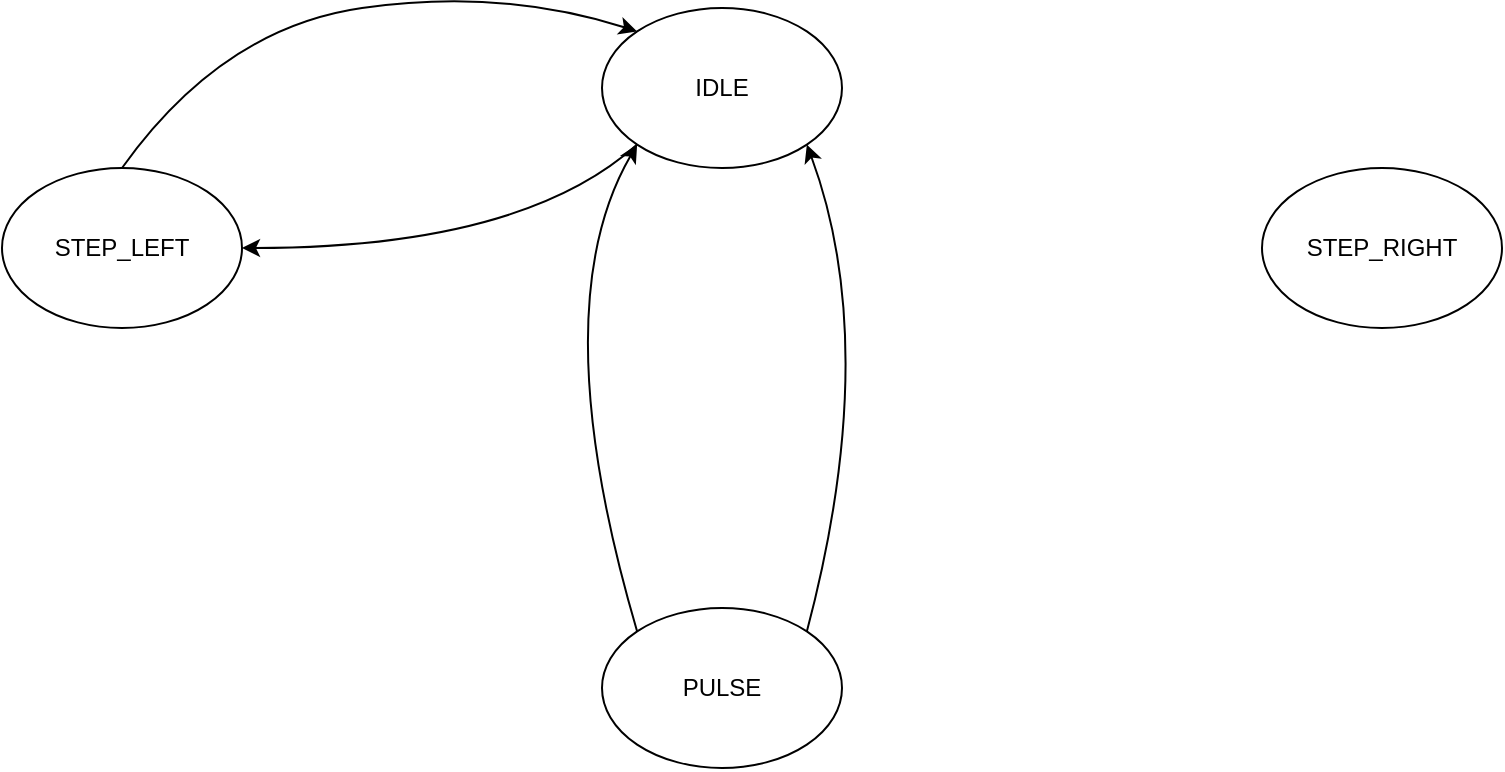
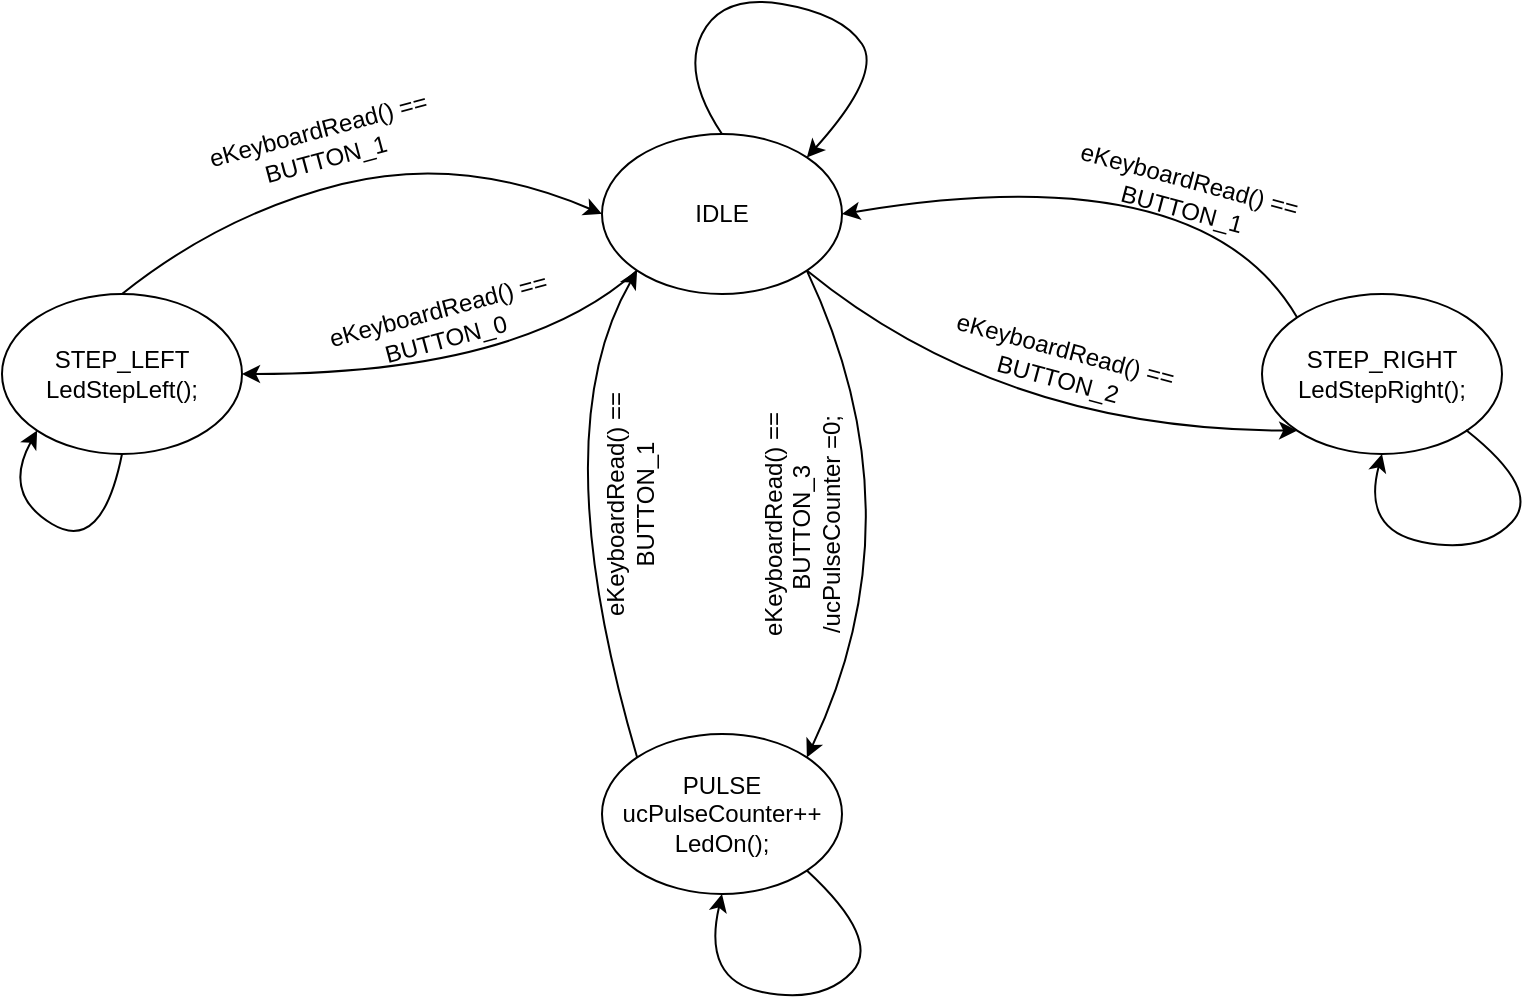
<mxfile host="app.diagrams.net">
  <diagram name="Strona-1" id="gQnS6Wnbhp8ZsANkbYYt">
    <mxGraphModel dx="1414" dy="863" grid="1" gridSize="10" guides="1" tooltips="1" connect="1" arrows="1" fold="1" page="1" pageScale="1" pageWidth="827" pageHeight="1169" math="0" shadow="0">
      <root>
        <mxCell id="0" />
        <mxCell id="1" parent="0" />
        <mxCell id="fCLeFJqD7BvbfE4kivMW-2" parent="1" style="ellipse;whiteSpace=wrap;html=1;" value="IDLE" vertex="1">
          <mxGeometry height="80" width="120" x="340" y="150" as="geometry" />
        </mxCell>
-         <mxCell id="fCLeFJqD7BvbfE4kivMW-3" parent="1" style="ellipse;whiteSpace=wrap;html=1;" value="STEP_LEFT" vertex="1">
+         <mxCell id="fCLeFJqD7BvbfE4kivMW-3" parent="1" style="ellipse;whiteSpace=wrap;html=1;" value="STEP_LEFT&lt;div&gt;LedStepLeft();&lt;/div&gt;" vertex="1">
          <mxGeometry height="80" width="120" x="40" y="230" as="geometry" />
        </mxCell>
-         <mxCell id="fCLeFJqD7BvbfE4kivMW-4" parent="1" style="ellipse;whiteSpace=wrap;html=1;" value="STEP_RIGHT" vertex="1">
+         <mxCell id="fCLeFJqD7BvbfE4kivMW-4" parent="1" style="ellipse;whiteSpace=wrap;html=1;" value="STEP_RIGHT&lt;div&gt;LedStepRight();&lt;/div&gt;" vertex="1">
          <mxGeometry height="80" width="120" x="670" y="230" as="geometry" />
        </mxCell>
-         <mxCell id="fCLeFJqD7BvbfE4kivMW-5" parent="1" style="ellipse;whiteSpace=wrap;html=1;" value="PULSE" vertex="1">
+         <mxCell id="fCLeFJqD7BvbfE4kivMW-5" parent="1" style="ellipse;whiteSpace=wrap;html=1;" value="PULSE&lt;div&gt;ucPulseCounter++&lt;/div&gt;&lt;div&gt;LedOn();&lt;/div&gt;" vertex="1">
          <mxGeometry height="80" width="120" x="340" y="450" as="geometry" />
        </mxCell>
-         <mxCell id="fCLeFJqD7BvbfE4kivMW-7" edge="1" parent="1" source="fCLeFJqD7BvbfE4kivMW-3" style="curved=1;endArrow=classic;html=1;rounded=0;exitX=0.5;exitY=0;exitDx=0;exitDy=0;entryX=0;entryY=0;entryDx=0;entryDy=0;" target="fCLeFJqD7BvbfE4kivMW-2" value="">
+         <mxCell id="fCLeFJqD7BvbfE4kivMW-7" edge="1" parent="1" source="fCLeFJqD7BvbfE4kivMW-3" style="curved=1;endArrow=classic;html=1;rounded=0;exitX=0.5;exitY=0;exitDx=0;exitDy=0;entryX=0;entryY=0.5;entryDx=0;entryDy=0;" target="fCLeFJqD7BvbfE4kivMW-2" value="">
          <mxGeometry height="50" relative="1" width="50" as="geometry">
            <Array as="points">
-               <mxPoint x="150" y="160" />
-               <mxPoint x="290" y="140" />
+               <mxPoint x="150" y="190" />
+               <mxPoint x="270" y="160" />
            </Array>
            <mxPoint x="390" y="270" as="sourcePoint" />
            <mxPoint x="440" y="220" as="targetPoint" />
          </mxGeometry>
        </mxCell>
        <mxCell id="fCLeFJqD7BvbfE4kivMW-8" edge="1" parent="1" source="fCLeFJqD7BvbfE4kivMW-2" style="curved=1;endArrow=classic;html=1;rounded=0;exitX=0;exitY=1;exitDx=0;exitDy=0;entryX=1;entryY=0.5;entryDx=0;entryDy=0;" target="fCLeFJqD7BvbfE4kivMW-3" value="">
          <mxGeometry height="50" relative="1" width="50" as="geometry">
            <Array as="points">
              <mxPoint x="300" y="270" />
            </Array>
            <mxPoint x="270" y="410" as="sourcePoint" />
            <mxPoint x="528" y="342" as="targetPoint" />
          </mxGeometry>
        </mxCell>
        <mxCell id="fCLeFJqD7BvbfE4kivMW-9" edge="1" parent="1" source="fCLeFJqD7BvbfE4kivMW-5" style="curved=1;endArrow=classic;html=1;rounded=0;exitX=0;exitY=0;exitDx=0;exitDy=0;entryX=0;entryY=1;entryDx=0;entryDy=0;" target="fCLeFJqD7BvbfE4kivMW-2" value="">
          <mxGeometry height="50" relative="1" width="50" as="geometry">
            <Array as="points">
              <mxPoint x="310" y="300" />
            </Array>
            <mxPoint x="390" y="270" as="sourcePoint" />
            <mxPoint x="440" y="220" as="targetPoint" />
          </mxGeometry>
        </mxCell>
-         <mxCell id="fCLeFJqD7BvbfE4kivMW-10" edge="1" parent="1" source="fCLeFJqD7BvbfE4kivMW-5" style="curved=1;endArrow=classic;html=1;rounded=0;exitX=1;exitY=0;exitDx=0;exitDy=0;entryX=1;entryY=1;entryDx=0;entryDy=0;" target="fCLeFJqD7BvbfE4kivMW-2" value="">
+         <mxCell id="2fLvUkV-J2T4FxucUMmx-1" edge="1" parent="1" source="fCLeFJqD7BvbfE4kivMW-2" style="curved=1;endArrow=classic;html=1;rounded=0;exitX=1;exitY=1;exitDx=0;exitDy=0;entryX=1;entryY=0;entryDx=0;entryDy=0;" target="fCLeFJqD7BvbfE4kivMW-5" value="">
          <mxGeometry height="50" relative="1" width="50" as="geometry">
            <Array as="points">
-               <mxPoint x="480" y="320" />
+               <mxPoint x="500" y="340" />
            </Array>
-             <mxPoint x="478" y="464" as="sourcePoint" />
-             <mxPoint x="478" y="220" as="targetPoint" />
+             <mxPoint x="508" y="614" as="sourcePoint" />
+             <mxPoint x="508" y="370" as="targetPoint" />
+           </mxGeometry>
+         </mxCell>
+         <mxCell id="2fLvUkV-J2T4FxucUMmx-2" edge="1" parent="1" source="fCLeFJqD7BvbfE4kivMW-2" style="curved=1;endArrow=classic;html=1;rounded=0;entryX=0;entryY=1;entryDx=0;entryDy=0;exitX=1;exitY=1;exitDx=0;exitDy=0;" target="fCLeFJqD7BvbfE4kivMW-4" value="">
+           <mxGeometry height="50" relative="1" width="50" as="geometry">
+             <Array as="points">
+               <mxPoint x="540" y="298" />
+             </Array>
+             <mxPoint x="390" y="350" as="sourcePoint" />
+             <mxPoint x="440" y="300" as="targetPoint" />
+           </mxGeometry>
+         </mxCell>
+         <mxCell id="2fLvUkV-J2T4FxucUMmx-3" edge="1" parent="1" source="fCLeFJqD7BvbfE4kivMW-4" style="curved=1;endArrow=classic;html=1;rounded=0;entryX=1;entryY=0.5;entryDx=0;entryDy=0;exitX=0;exitY=0;exitDx=0;exitDy=0;" target="fCLeFJqD7BvbfE4kivMW-2" value="">
+           <mxGeometry height="50" relative="1" width="50" as="geometry">
+             <Array as="points">
+               <mxPoint x="640" y="160" />
+             </Array>
+             <mxPoint x="570" y="410" as="sourcePoint" />
+             <mxPoint x="816" y="490" as="targetPoint" />
+           </mxGeometry>
+         </mxCell>
+         <mxCell id="2fLvUkV-J2T4FxucUMmx-4" parent="1" style="text;html=1;whiteSpace=wrap;strokeColor=none;fillColor=none;align=center;verticalAlign=middle;rounded=0;rotation=-15;" value="eKeyboardRead() == BUTTON_0" vertex="1">
+           <mxGeometry height="30" width="120" x="200" y="230" as="geometry" />
+         </mxCell>
+         <mxCell id="2fLvUkV-J2T4FxucUMmx-5" parent="1" style="text;html=1;whiteSpace=wrap;strokeColor=none;fillColor=none;align=center;verticalAlign=middle;rounded=0;rotation=15;" value="eKeyboardRead() == BUTTON_2" vertex="1">
+           <mxGeometry height="30" width="120" x="509.99783525388193" y="249.99803010048728" as="geometry" />
+         </mxCell>
+         <mxCell id="2fLvUkV-J2T4FxucUMmx-6" parent="1" style="text;html=1;whiteSpace=wrap;strokeColor=none;fillColor=none;align=center;verticalAlign=middle;rounded=0;rotation=-15;" value="eKeyboardRead() == BUTTON_1" vertex="1">
+           <mxGeometry height="30" width="120" x="139.99783525388187" y="139.9980301004873" as="geometry" />
+         </mxCell>
+         <mxCell id="2fLvUkV-J2T4FxucUMmx-7" parent="1" style="text;html=1;whiteSpace=wrap;strokeColor=none;fillColor=none;align=center;verticalAlign=middle;rounded=0;rotation=15;" value="eKeyboardRead() == BUTTON_1" vertex="1">
+           <mxGeometry height="30" width="120" x="571.8378352538818" y="165.01803010048727" as="geometry" />
+         </mxCell>
+         <mxCell id="2fLvUkV-J2T4FxucUMmx-11" parent="1" style="text;html=1;whiteSpace=wrap;strokeColor=none;fillColor=none;align=center;verticalAlign=middle;rounded=0;rotation=-90;" value="eKeyboardRead() == BUTTON_3&amp;nbsp;&lt;div&gt;/ucPulseCounter =0;&lt;/div&gt;" vertex="1">
+           <mxGeometry height="50" width="120" x="380" y="320" as="geometry" />
+         </mxCell>
+         <mxCell id="2fLvUkV-J2T4FxucUMmx-12" parent="1" style="text;html=1;whiteSpace=wrap;strokeColor=none;fillColor=none;align=center;verticalAlign=middle;rounded=0;rotation=-90;" value="eKeyboardRead() == BUTTON_1" vertex="1">
+           <mxGeometry height="30" width="120" x="294" y="320" as="geometry" />
+         </mxCell>
+         <mxCell id="2fLvUkV-J2T4FxucUMmx-13" edge="1" parent="1" source="fCLeFJqD7BvbfE4kivMW-3" style="curved=1;endArrow=classic;html=1;rounded=0;entryX=0;entryY=1;entryDx=0;entryDy=0;exitX=0.5;exitY=1;exitDx=0;exitDy=0;" target="fCLeFJqD7BvbfE4kivMW-3" value="">
+           <mxGeometry height="50" relative="1" width="50" as="geometry">
+             <Array as="points">
+               <mxPoint x="90" y="360" />
+               <mxPoint x="40" y="330" />
+             </Array>
+             <mxPoint x="40" y="380" as="sourcePoint" />
+             <mxPoint x="90" y="330" as="targetPoint" />
+           </mxGeometry>
+         </mxCell>
+         <mxCell id="2fLvUkV-J2T4FxucUMmx-15" edge="1" parent="1" style="curved=1;endArrow=classic;html=1;rounded=0;entryX=0.5;entryY=1;entryDx=0;entryDy=0;exitX=1;exitY=1;exitDx=0;exitDy=0;" value="">
+           <mxGeometry height="50" relative="1" width="50" as="geometry">
+             <Array as="points">
+               <mxPoint x="810" y="328" />
+               <mxPoint x="780" y="360" />
+               <mxPoint x="720" y="348" />
+             </Array>
+             <mxPoint x="772" y="298" as="sourcePoint" />
+             <mxPoint x="730" y="310" as="targetPoint" />
+           </mxGeometry>
+         </mxCell>
+         <mxCell id="2fLvUkV-J2T4FxucUMmx-16" edge="1" parent="1" source="fCLeFJqD7BvbfE4kivMW-5" style="curved=1;endArrow=classic;html=1;rounded=0;exitX=1;exitY=1;exitDx=0;exitDy=0;" value="">
+           <mxGeometry height="50" relative="1" width="50" as="geometry">
+             <Array as="points">
+               <mxPoint x="480" y="553" />
+               <mxPoint x="450" y="585" />
+               <mxPoint x="390" y="573" />
+             </Array>
+             <mxPoint x="442" y="523" as="sourcePoint" />
+             <mxPoint x="400" y="530" as="targetPoint" />
+           </mxGeometry>
+         </mxCell>
+         <mxCell id="2fLvUkV-J2T4FxucUMmx-17" edge="1" parent="1" source="fCLeFJqD7BvbfE4kivMW-2" style="curved=1;endArrow=classic;html=1;rounded=0;entryX=1;entryY=0;entryDx=0;entryDy=0;exitX=0.5;exitY=0;exitDx=0;exitDy=0;" target="fCLeFJqD7BvbfE4kivMW-2" value="">
+           <mxGeometry height="50" relative="1" width="50" as="geometry">
+             <Array as="points">
+               <mxPoint x="380" y="120" />
+               <mxPoint x="400" y="80" />
+               <mxPoint x="460" y="90" />
+               <mxPoint x="480" y="120" />
+             </Array>
+             <mxPoint x="502" y="70" as="sourcePoint" />
+             <mxPoint x="460" y="82" as="targetPoint" />
          </mxGeometry>
        </mxCell>
      </root>
    </mxGraphModel>
  </diagram>
</mxfile>
